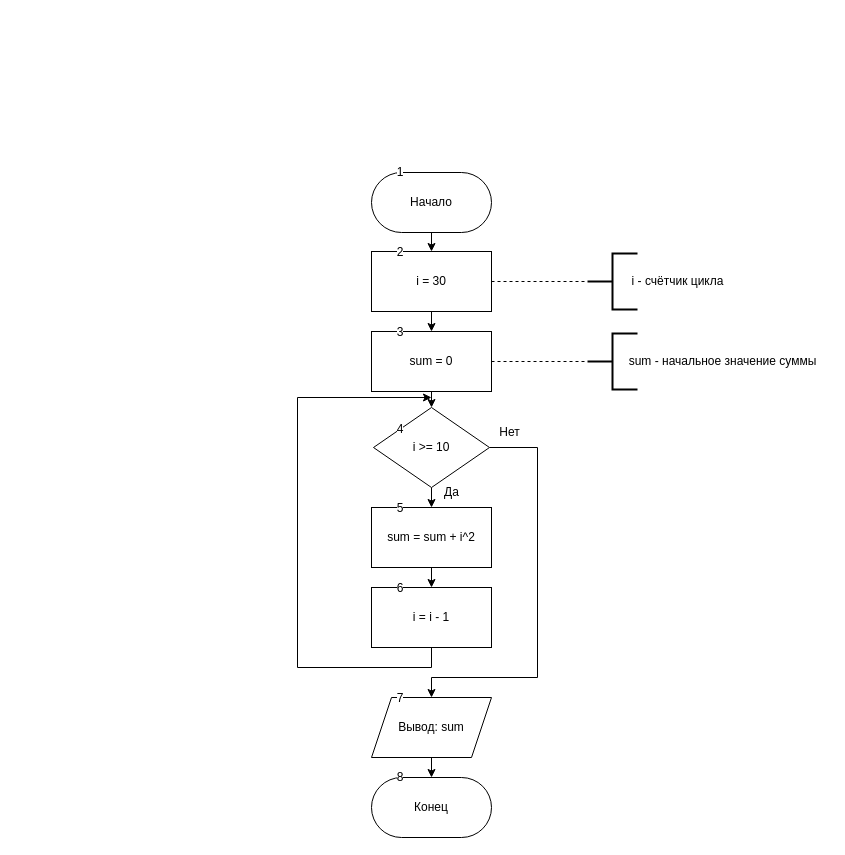
Earlier version of the draw.io diagram page "вариант 2 задание 2 (+)" (1 of 7) of pr2 and pr3/pr2.drawio (DeFis33/pr). Source tidied: cells renumbered, new cells numbered last; positions are measured from the earlier drawing's top-left corner, leaving out a move shared by most shapes. Both pictures are drawn from the tidied source at 100%, with x=0, y=0 at pixel (297, 157).
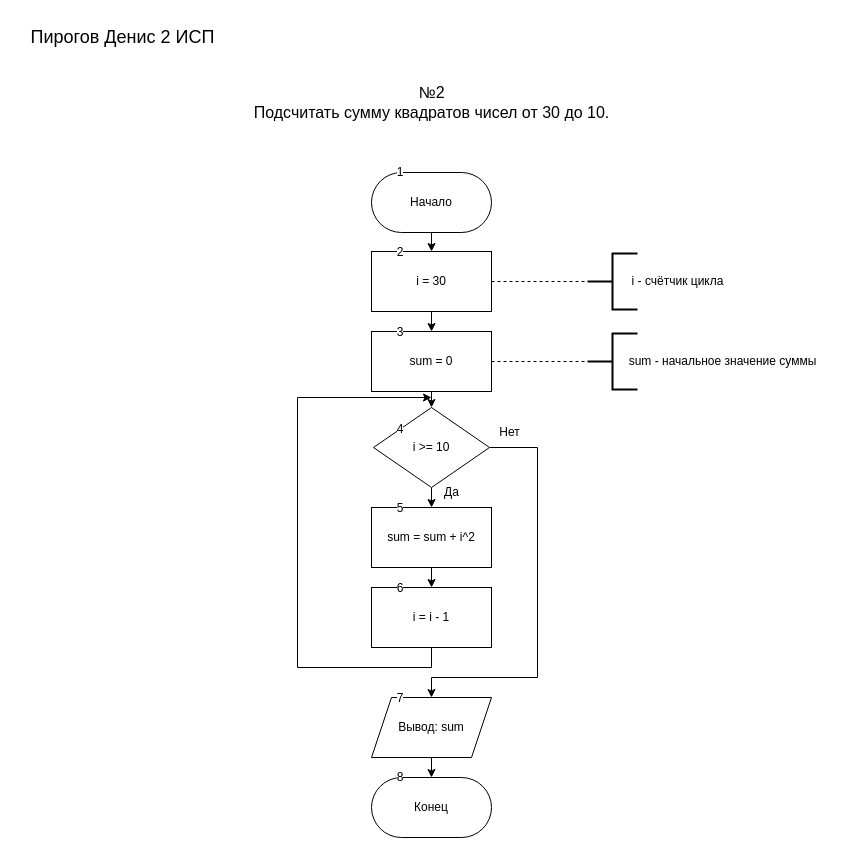
The same page after the edit.

Diff of the diagram source:
```diff
@@
+    <mxCell id="34" value="&lt;font style=&quot;font-size: 18px;&quot;&gt;Пирогов Денис 2 ИСП&lt;/font&gt;" style="text;html=1;align=center;verticalAlign=middle;" parent="1" vertex="1">
+      <mxGeometry x="-280" y="-140" width="210" height="40" as="geometry" />
+    </mxCell>
+    <mxCell id="35" value="&lt;font style=&quot;font-size: 16px;&quot;&gt;№2&lt;/font&gt;&lt;div style=&quot;font-size: 16px;&quot;&gt;&lt;font style=&quot;font-size: 16px;&quot;&gt;Подсчитать сумму квадратов чисел от 30 до 10.&lt;/font&gt;&lt;br&gt;&lt;/div&gt;" style="text;html=1;align=center;verticalAlign=middle;" parent="1" vertex="1">
+      <mxGeometry x="-56" y="-80" width="380" height="50" as="geometry" />
+    </mxCell>
```
